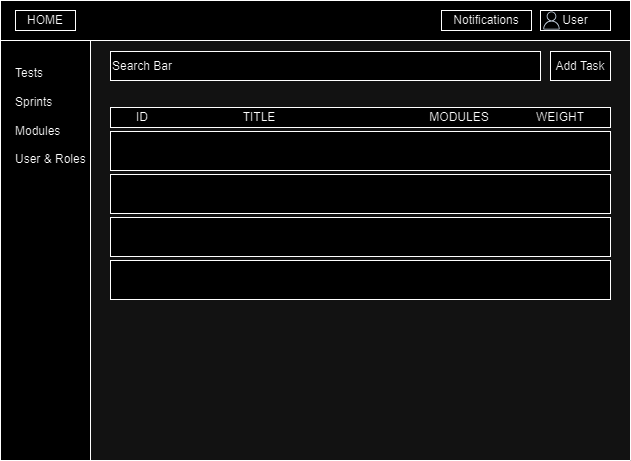
Before: Documents/assets/wireframes/ListAllTestCasesWireFrame.drawio.png, a diagram exported from draw.io (ViktorGox/ProjectClientOnBoardGitProject). Source tidied: cells renumbered, new cells last; positions are measured from the earlier drawing's top-left corner, leaving out a move shared by most shapes.
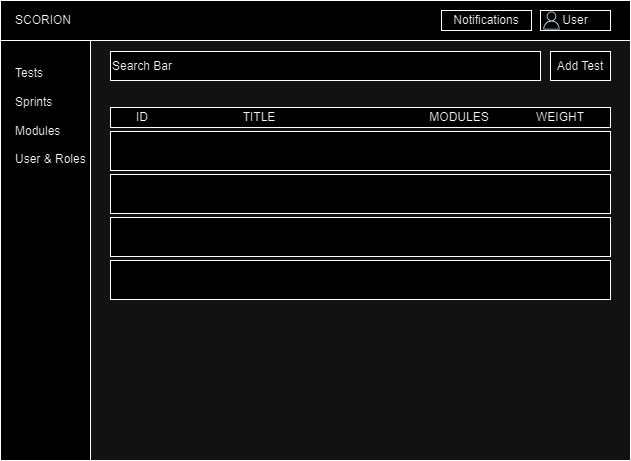
After the commit.

The edit, as a diff of the source:
```diff
@@ -41,11 +41,11 @@
     <mxCell id="14" value="Search Bar" style="rounded=0;whiteSpace=wrap;html=1;align=left;" parent="2" vertex="1">
       <mxGeometry x="110" y="51" width="430" height="29" as="geometry" />
     </mxCell>
-    <mxCell id="15" value="Add Task" style="rounded=0;whiteSpace=wrap;html=1;" parent="2" vertex="1">
+    <mxCell id="15" value="Add Test" style="rounded=0;whiteSpace=wrap;html=1;" parent="2" vertex="1">
       <mxGeometry x="550" y="51" width="60" height="29" as="geometry" />
     </mxCell>
-    <mxCell id="16" value="HOME" style="rounded=0;whiteSpace=wrap;html=1;" parent="2" vertex="1">
-      <mxGeometry x="15" y="10" width="60" height="20" as="geometry" />
-    </mxCell>
+    <mxCell id="17" value="SCORION" style="text;html=1;strokeColor=none;fillColor=none;align=center;verticalAlign=middle;whiteSpace=wrap;rounded=0;" parent="2" vertex="1">
+      <mxGeometry x="12.5" y="5" width="60" height="30" as="geometry" />
+    </mxCell>
   </root>
 </mxGraphModel>
```
